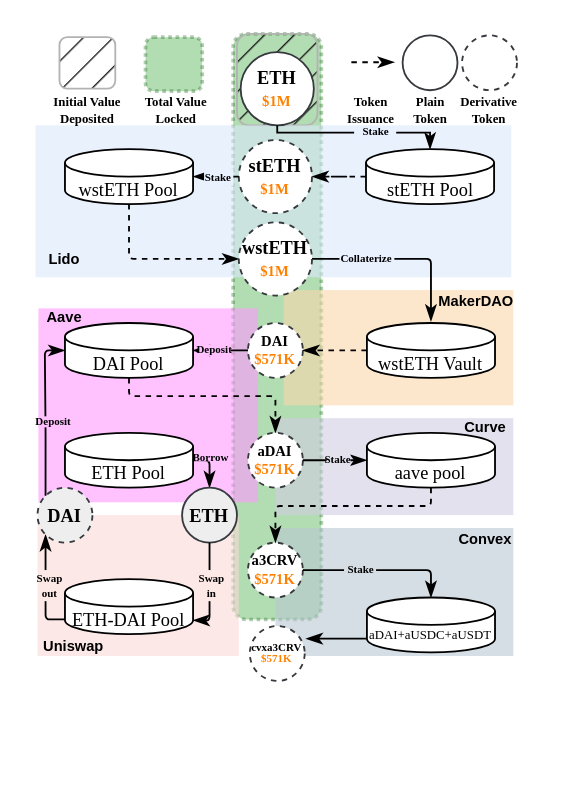
Earlier version of the draw.io diagram diagrams/complexity.drawio (lyc0603/tvl-measurement). Source tidied: cells renumbered, new cells numbered last; positions are measured from the earlier drawing's top-left corner, leaving out a move shared by most shapes. Both pictures are drawn from the tidied source at 183%, with x=0, y=0 at pixel (35, 33).
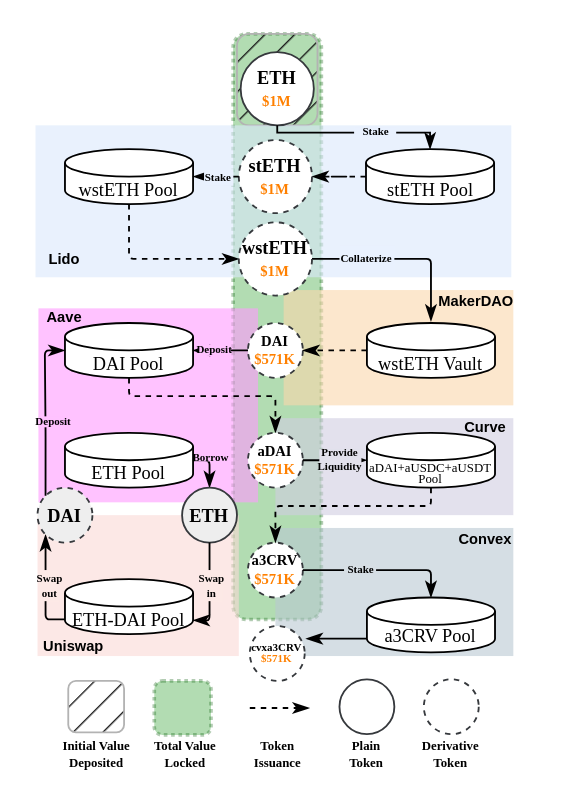
After the change.

What changed in the source:
```diff
@@
-    <mxCell id="26" value="aave pool" style="shape=cylinder3;whiteSpace=wrap;html=1;boundedLbl=1;backgroundOutline=1;size=7.5;strokeWidth=1;fontFamily=Times New Roman;fontStyle=0;fontSize=10;rounded=0;" parent="1" vertex="1">
+    <mxCell id="26" value="&lt;p style=&quot;line-height: 49%;&quot;&gt;&lt;font style=&quot;font-size: 7px;&quot;&gt;aDAI+aUSDC+aUSDT Pool&lt;/font&gt;&lt;/p&gt;" style="shape=cylinder3;whiteSpace=wrap;html=1;boundedLbl=1;backgroundOutline=1;size=7.5;strokeWidth=1;fontFamily=Times New Roman;fontStyle=0;fontSize=10;rounded=0;" parent="1" vertex="1">
       <mxGeometry x="181" y="218" width="70" height="30" as="geometry" />
     </mxCell>
@@
-    <mxCell id="36" value="&lt;p style=&quot;line-height: 26%;&quot;&gt;&lt;font style=&quot;font-size: 7px;&quot;&gt;aDAI+aUSDC+aUSDT&lt;br&gt;&lt;br&gt;&lt;/font&gt;&lt;/p&gt;" style="shape=cylinder3;whiteSpace=wrap;html=1;boundedLbl=1;backgroundOutline=1;size=7.5;strokeWidth=1;fontFamily=Times New Roman;fontStyle=0;fontSize=10;rounded=0;" parent="1" vertex="1">
+    <mxCell id="36" value="&lt;p style=&quot;line-height: 26%;&quot;&gt;&lt;font style=&quot;font-size: 10px;&quot;&gt;a3CRV Pool&lt;/font&gt;&lt;/p&gt;" style="shape=cylinder3;whiteSpace=wrap;html=1;boundedLbl=1;backgroundOutline=1;size=7.5;strokeWidth=1;fontFamily=Times New Roman;fontStyle=0;fontSize=10;rounded=0;" parent="1" vertex="1">
       <mxGeometry x="181" y="308" width="70" height="30" as="geometry" />
     </mxCell>
@@
     <mxCell id="48" style="edgeStyle=orthogonalEdgeStyle;rounded=0;orthogonalLoop=1;jettySize=auto;html=1;exitX=1;exitY=0.5;exitDx=0;exitDy=0;endArrow=classicThin;endFill=1;dashed=1;" parent="1" edge="1">
       <mxGeometry relative="1" as="geometry">
-        <mxPoint x="172.5" y="15.5" as="sourcePoint" />
-        <mxPoint x="196" y="15" as="targetPoint" />
+        <mxPoint x="117" y="368.4" as="sourcePoint" />
+        <mxPoint x="149.5" y="368" as="targetPoint" />
       </mxGeometry>
     </mxCell>
@@
     <mxCell id="54" style="rounded=1;whiteSpace=wrap;html=1;fillStyle=hatch;strokeColor=#B3B3B3;fillColor=#1A1A1A;glass=0;perimeterSpacing=0;imageAspect=1;" parent="1" vertex="1">
-      <mxGeometry x="13" y="1.8" width="30.5" height="28.1" as="geometry" />
+      <mxGeometry x="17.8" y="353.6" width="30.5" height="28.1" as="geometry" />
     </mxCell>
     <mxCell id="55" style="rounded=1;whiteSpace=wrap;html=1;strokeWidth=2;dashed=1;dashPattern=1 1;opacity=30;fillColor=#008a00;fontColor=#ffffff;strokeColor=#005700;" parent="1" vertex="1">
-      <mxGeometry x="60" y="1.8" width="31" height="29.5" as="geometry" />
+      <mxGeometry x="64.8" y="353.6" width="31" height="29.5" as="geometry" />
     </mxCell>
@@
-    <mxCell id="58" value="Stake" style="text;html=1;strokeColor=none;fillColor=#e2e1ec;align=center;verticalAlign=middle;whiteSpace=wrap;rounded=0;fontFamily=Times New Roman;fontSize=6;fontStyle=1;fontColor=#000000;" parent="1" vertex="1">
-      <mxGeometry x="159" y="227" width="13" height="12" as="geometry" />
+    <mxCell id="58" value="Provide Liquidity" style="text;html=1;strokeColor=none;fillColor=#e2e1ec;align=center;verticalAlign=middle;whiteSpace=wrap;rounded=0;fontFamily=Times New Roman;fontSize=6;fontStyle=1;fontColor=#000000;" parent="1" vertex="1">
+      <mxGeometry x="155" y="227" width="23" height="12" as="geometry" />
     </mxCell>
     <mxCell id="59" value="Initial Value Deposited" style="text;html=1;strokeColor=none;fillColor=none;align=center;verticalAlign=middle;whiteSpace=wrap;rounded=0;fontFamily=Times New Roman;fontSize=7;fontStyle=1;" parent="1" vertex="1">
-      <mxGeometry x="6.8" y="35.3" width="43" height="13" as="geometry" />
+      <mxGeometry x="11.5" y="387.1" width="43" height="13" as="geometry" />
     </mxCell>
     <mxCell id="60" value="Total Value Locked" style="text;html=1;strokeColor=none;fillColor=none;align=center;verticalAlign=middle;whiteSpace=wrap;rounded=0;fontFamily=Times New Roman;fontSize=7;fontStyle=1;" parent="1" vertex="1">
-      <mxGeometry x="52" y="35.3" width="50" height="13" as="geometry" />
+      <mxGeometry x="56.8" y="387.1" width="50" height="13" as="geometry" />
     </mxCell>
     <mxCell id="61" value="&lt;b style=&quot;font-size: 8px;&quot;&gt;&lt;br style=&quot;font-size: 8px;&quot;&gt;&lt;/b&gt;" style="ellipse;whiteSpace=wrap;html=1;labelBackgroundColor=none;labelBorderColor=none;fillColor=#FFFFFF;strokeColor=#36393d;fontSize=8;fontFamily=Times New Roman;rounded=0;perimeterSpacing=0;dashed=1;" parent="1" vertex="1">
-      <mxGeometry x="233" y="0.8" width="30" height="30" as="geometry" />
+      <mxGeometry x="212.1" y="352.7" width="30" height="30" as="geometry" />
     </mxCell>
     <mxCell id="62" value="&lt;b style=&quot;font-size: 8px;&quot;&gt;&lt;br style=&quot;font-size: 8px;&quot;&gt;&lt;/b&gt;" style="ellipse;whiteSpace=wrap;html=1;labelBackgroundColor=none;labelBorderColor=none;fillColor=#FFFFFF;strokeColor=#36393d;fontSize=8;fontFamily=Times New Roman;rounded=0;perimeterSpacing=0;" parent="1" vertex="1">
-      <mxGeometry x="200.5" y="0.8" width="30" height="30" as="geometry" />
+      <mxGeometry x="166" y="352.7" width="30" height="30" as="geometry" />
     </mxCell>
     <mxCell id="63" value="Plain Token" style="text;html=1;strokeColor=none;fillColor=none;align=center;verticalAlign=middle;whiteSpace=wrap;rounded=0;fontFamily=Times New Roman;fontSize=7;fontStyle=1;" parent="1" vertex="1">
-      <mxGeometry x="200.5" y="35.3" width="30" height="13" as="geometry" />
+      <mxGeometry x="166" y="387.2" width="30" height="13" as="geometry" />
     </mxCell>
     <mxCell id="64" value="Derivative Token" style="text;html=1;strokeColor=none;fillColor=none;align=center;verticalAlign=middle;whiteSpace=wrap;rounded=0;fontFamily=Times New Roman;fontSize=7;fontStyle=1;" parent="1" vertex="1">
-      <mxGeometry x="224.1" y="35.3" width="47.8" height="13" as="geometry" />
+      <mxGeometry x="203.2" y="387.2" width="47.8" height="13" as="geometry" />
     </mxCell>
@@
     <mxCell id="66" value="Token Issuance" style="text;html=1;strokeColor=none;fillColor=none;align=center;verticalAlign=middle;whiteSpace=wrap;rounded=0;fontFamily=Times New Roman;fontSize=7;fontStyle=1;" parent="1" vertex="1">
-      <mxGeometry x="166" y="35.3" width="35" height="13" as="geometry" />
+      <mxGeometry x="114.5" y="387.2" width="35" height="13" as="geometry" />
     </mxCell>
```
